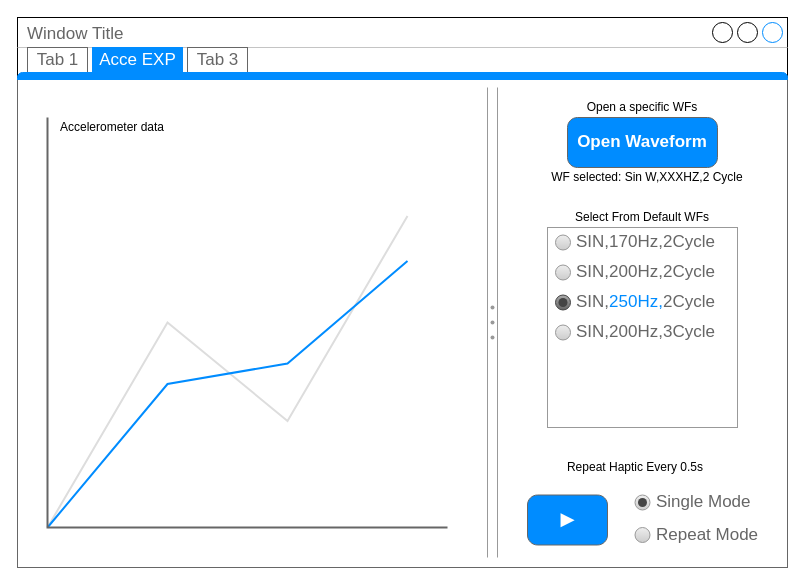
This is HMI GUI Tab View ACCE2.drawio from yinxingyi/DRAW.IO, a draw.io file, before an edit. Source tidied: cells renumbered, new cells numbered last; positions are measured from the earlier drawing's top-left corner, leaving out a move shared by most shapes. Both pictures are drawn from the tidied source at 100%, with x=0, y=0 at pixel (17, 17).
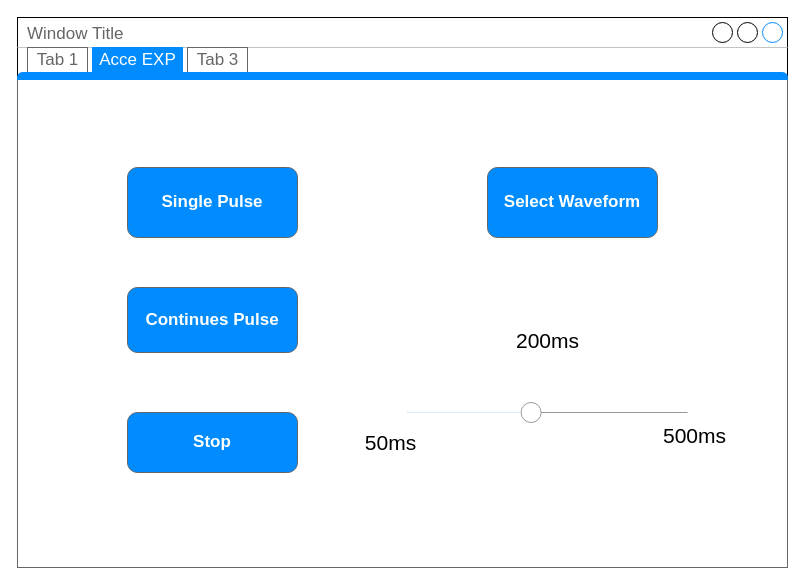
The same diagram, later.

Commit message:
add specfor Adient interface.drawio

Unchanged cells that the change refers to:
```xml
<mxCell id="3" style="strokeWidth=1;shadow=0;dashed=0;align=center;html=1;shape=mxgraph.mockup.containers.marginRect2;rectMarginTop=32;strokeColor=#666666;gradientColor=none;" parent="1" vertex="1">
  <mxGeometry y="30" width="770" height="520" as="geometry" />
</mxCell>
```

What changed in the source:
```diff
@@
-    <mxCell id="8" style="verticalLabelPosition=bottom;shadow=0;dashed=0;align=center;html=1;verticalAlign=top;strokeWidth=1;shape=mxgraph.mockup.graphics.lineChart;strokeColor=none;strokeColor2=#666666;strokeColor3=#008cff;strokeColor4=#dddddd;" parent="3" vertex="1">
-      <mxGeometry x="30" y="70" width="400" height="410" as="geometry" />
-    </mxCell>
-    <mxCell id="9" style="verticalLabelPosition=bottom;shadow=0;dashed=0;align=center;html=1;verticalAlign=top;strokeWidth=1;shape=mxgraph.mockup.forms.splitter;strokeColor=#999999;direction=north;" parent="3" vertex="1">
-      <mxGeometry x="470" y="40" width="10" height="470" as="geometry" />
-    </mxCell>
-    <mxCell id="10" value="Open Waveform" style="strokeWidth=1;shadow=0;dashed=0;align=center;html=1;shape=mxgraph.mockup.buttons.button;strokeColor=#666666;fontColor=#ffffff;mainText=;buttonStyle=round;fontSize=17;fontStyle=1;fillColor=#008cff;whiteSpace=wrap;" parent="3" vertex="1">
-      <mxGeometry x="550" y="70" width="150" height="50" as="geometry" />
+    <mxCell id="10" value="Select Waveform" style="strokeWidth=1;shadow=0;dashed=0;align=center;html=1;shape=mxgraph.mockup.buttons.button;strokeColor=#666666;fontColor=#ffffff;mainText=;buttonStyle=round;fontSize=17;fontStyle=1;fillColor=#008cff;whiteSpace=wrap;" parent="3" vertex="1">
+      <mxGeometry x="470" y="120" width="170" height="70" as="geometry" />
     </mxCell>
-    <mxCell id="11" value="▶" style="strokeWidth=1;shadow=0;dashed=0;align=center;html=1;shape=mxgraph.mockup.buttons.button;strokeColor=#666666;fontColor=#ffffff;mainText=;buttonStyle=round;fontSize=17;fontStyle=1;fillColor=#008cff;whiteSpace=wrap;" parent="3" vertex="1">
-      <mxGeometry x="510" y="447.5" width="80" height="50" as="geometry" />
-    </mxCell>
-    <mxCell id="12" value="Select From Default WFs" style="text;html=1;strokeColor=none;fillColor=none;align=center;verticalAlign=middle;whiteSpace=wrap;rounded=0;" parent="3" vertex="1">
-      <mxGeometry x="550" y="160" width="150" height="20" as="geometry" />
-    </mxCell>
-    <mxCell id="13" value="Repeat Haptic Every 0.5s" style="text;html=1;strokeColor=none;fillColor=none;align=center;verticalAlign=middle;whiteSpace=wrap;rounded=0;" parent="3" vertex="1">
-      <mxGeometry x="542.5" y="410" width="150" height="20" as="geometry" />
-    </mxCell>
-    <mxCell id="14" value="Open a specific WFs" style="text;html=1;strokeColor=none;fillColor=none;align=center;verticalAlign=middle;whiteSpace=wrap;rounded=0;" parent="3" vertex="1">
-      <mxGeometry x="550" y="50" width="150" height="20" as="geometry" />
-    </mxCell>
-    <mxCell id="15" value="Accelerometer data" style="text;html=1;strokeColor=none;fillColor=none;align=center;verticalAlign=middle;whiteSpace=wrap;rounded=0;" parent="3" vertex="1">
-      <mxGeometry x="20" y="70" width="150" height="20" as="geometry" />
-    </mxCell>
-    <mxCell id="16" value="WF selected: Sin W,XXXHZ,2 Cycle" style="text;html=1;strokeColor=none;fillColor=none;align=center;verticalAlign=middle;whiteSpace=wrap;rounded=0;" parent="3" vertex="1">
-      <mxGeometry x="530" y="120" width="200" height="20" as="geometry" />
-    </mxCell>
-    <mxCell id="17" style="strokeWidth=1;shadow=0;dashed=0;align=center;html=1;shape=mxgraph.mockup.forms.rrect;rSize=0;strokeColor=#999999;fillColor=#ffffff;" parent="3" vertex="1">
-      <mxGeometry x="530" y="180" width="190" height="200" as="geometry" />
-    </mxCell>
-    <mxCell id="18" value="SIN,170Hz,2Cycle" style="shape=ellipse;rSize=0;fillColor=#eeeeee;strokeColor=#999999;gradientColor=#cccccc;html=1;align=left;spacingLeft=4;fontSize=17;fontColor=#666666;labelPosition=right;" parent="17" vertex="1">
-      <mxGeometry x="8" y="7.5" width="15" height="15" as="geometry" />
-    </mxCell>
-    <mxCell id="19" value="SIN,200Hz,2Cycle" style="shape=ellipse;rSize=0;fillColor=#eeeeee;strokeColor=#999999;gradientColor=#cccccc;html=1;align=left;spacingLeft=4;fontSize=17;fontColor=#666666;labelPosition=right;" parent="17" vertex="1">
-      <mxGeometry x="8" y="37.5" width="15" height="15" as="geometry" />
-    </mxCell>
-    <mxCell id="20" value="&lt;span style=&quot;color: rgb(102 , 102 , 102)&quot;&gt;SIN,&lt;/span&gt;250Hz,&lt;span style=&quot;color: rgb(102 , 102 , 102)&quot;&gt;2Cycle&lt;/span&gt;" style="shape=ellipse;rSize=0;fillColor=#aaaaaa;strokeColor=#444444;gradientColor=#666666;html=1;align=left;spacingLeft=4;fontSize=17;fontColor=#008cff;labelPosition=right;" parent="17" vertex="1">
-      <mxGeometry x="8" y="67.5" width="15" height="15" as="geometry" />
-    </mxCell>
-    <mxCell id="21" style="shape=ellipse;fillColor=#444444;strokeColor=none;html=1;" parent="20" vertex="1">
-      <mxGeometry x="3" y="3" width="9" height="9" as="geometry" />
-    </mxCell>
-    <mxCell id="22" value="SIN,200Hz,3Cycle" style="shape=ellipse;rSize=0;fillColor=#eeeeee;strokeColor=#999999;gradientColor=#cccccc;html=1;align=left;spacingLeft=4;fontSize=17;fontColor=#666666;labelPosition=right;" parent="17" vertex="1">
-      <mxGeometry x="8" y="97.5" width="15" height="15" as="geometry" />
-    </mxCell>
-    <mxCell id="23" value="Single Mode" style="shape=ellipse;fillColor=#eeeeee;strokeColor=#999999;gradientColor=#cccccc;html=1;align=left;spacingLeft=4;fontSize=17;fontColor=#666666;labelPosition=right;shadow=0;" parent="3" vertex="1">
-      <mxGeometry x="617.5" y="447.5" width="15" height="15" as="geometry" />
-    </mxCell>
-    <mxCell id="24" value="Repeat Mode" style="shape=ellipse;fillColor=#eeeeee;strokeColor=#999999;gradientColor=#cccccc;html=1;align=left;spacingLeft=4;fontSize=17;fontColor=#666666;labelPosition=right;shadow=0;" parent="3" vertex="1">
-      <mxGeometry x="617.5" y="480" width="15" height="15" as="geometry" />
-    </mxCell>
-    <mxCell id="25" style="shape=ellipse;fillColor=#444444;strokeColor=none;html=1;" parent="3" vertex="1">
-      <mxGeometry x="620.5" y="450.5" width="9" height="9" as="geometry" />
-    </mxCell>
+    <mxCell id="26" value="Single Pulse" style="strokeWidth=1;shadow=0;dashed=0;align=center;html=1;shape=mxgraph.mockup.buttons.button;strokeColor=#666666;fontColor=#ffffff;mainText=;buttonStyle=round;fontSize=17;fontStyle=1;fillColor=#008cff;whiteSpace=wrap;" parent="3" vertex="1">
+      <mxGeometry x="110" y="120" width="170" height="70" as="geometry" />
+    </mxCell>
+    <mxCell id="27" value="Continues Pulse" style="strokeWidth=1;shadow=0;dashed=0;align=center;html=1;shape=mxgraph.mockup.buttons.button;strokeColor=#666666;fontColor=#ffffff;mainText=;buttonStyle=round;fontSize=17;fontStyle=1;fillColor=#008cff;whiteSpace=wrap;" parent="3" vertex="1">
+      <mxGeometry x="110" y="240" width="170" height="65" as="geometry" />
+    </mxCell>
+    <mxCell id="28" value="Stop" style="strokeWidth=1;shadow=0;dashed=0;align=center;html=1;shape=mxgraph.mockup.buttons.button;strokeColor=#666666;fontColor=#ffffff;mainText=;buttonStyle=round;fontSize=17;fontStyle=1;fillColor=#008cff;whiteSpace=wrap;" parent="3" vertex="1">
+      <mxGeometry x="110" y="365" width="170" height="60" as="geometry" />
+    </mxCell>
+    <mxCell id="29" style="verticalLabelPosition=bottom;shadow=0;dashed=0;align=center;html=1;verticalAlign=top;strokeWidth=1;shape=mxgraph.mockup.forms.horSlider;strokeColor=#999999;sliderStyle=basic;sliderPos=43.929;handleStyle=circle;fillColor2=#ddeeff;" parent="3" vertex="1">
+      <mxGeometry x="390" y="350" width="280" height="30" as="geometry" />
+    </mxCell>
+    <mxCell id="30" value="&lt;font style=&quot;font-size: 21px;&quot;&gt;200ms&lt;/font&gt;" style="text;html=1;strokeColor=none;fillColor=none;align=center;verticalAlign=middle;whiteSpace=wrap;rounded=0;" parent="3" vertex="1">
+      <mxGeometry x="492.5" y="270" width="75" height="45" as="geometry" />
+    </mxCell>
+    <mxCell id="31" value="&lt;font style=&quot;font-size: 21px;&quot;&gt;50ms&lt;/font&gt;" style="text;html=1;strokeColor=none;fillColor=none;align=center;verticalAlign=middle;whiteSpace=wrap;rounded=0;" parent="3" vertex="1">
+      <mxGeometry x="336" y="372.5" width="75" height="45" as="geometry" />
+    </mxCell>
+    <mxCell id="32" value="&lt;font style=&quot;font-size: 21px;&quot;&gt;500ms&lt;/font&gt;" style="text;html=1;strokeColor=none;fillColor=none;align=center;verticalAlign=middle;whiteSpace=wrap;rounded=0;" parent="3" vertex="1">
+      <mxGeometry x="640" y="365" width="75" height="45" as="geometry" />
+    </mxCell>
```
